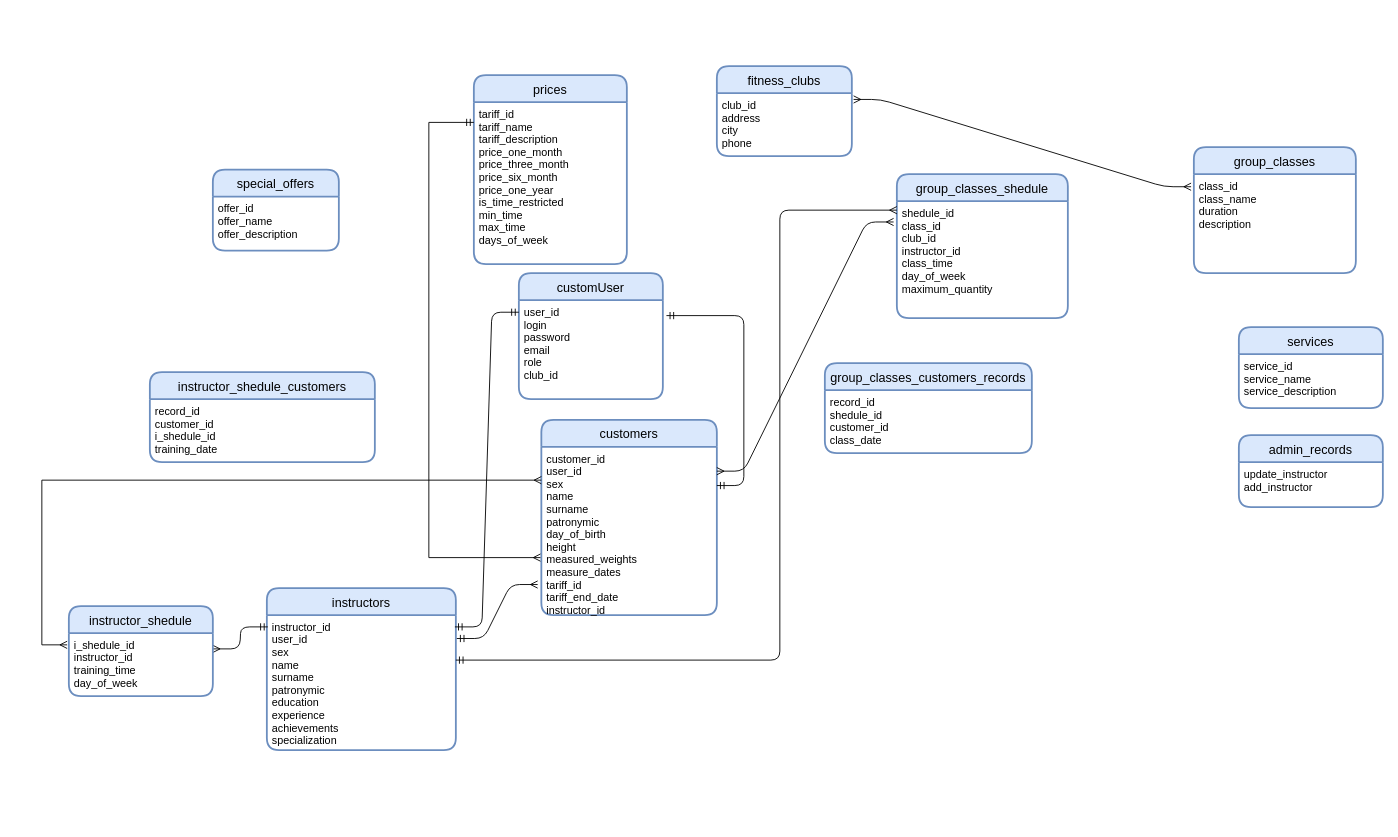
Earlier version of the draw.io diagram course_project_new.drawio (LyubaxaPro/database_course_project). Source tidied: cells renumbered, new cells numbered last; positions are measured from the earlier drawing's top-left corner, leaving out a move shared by most shapes. Both pictures are drawn from the tidied source at 90%, with x=0, y=0 at pixel (41, 66).
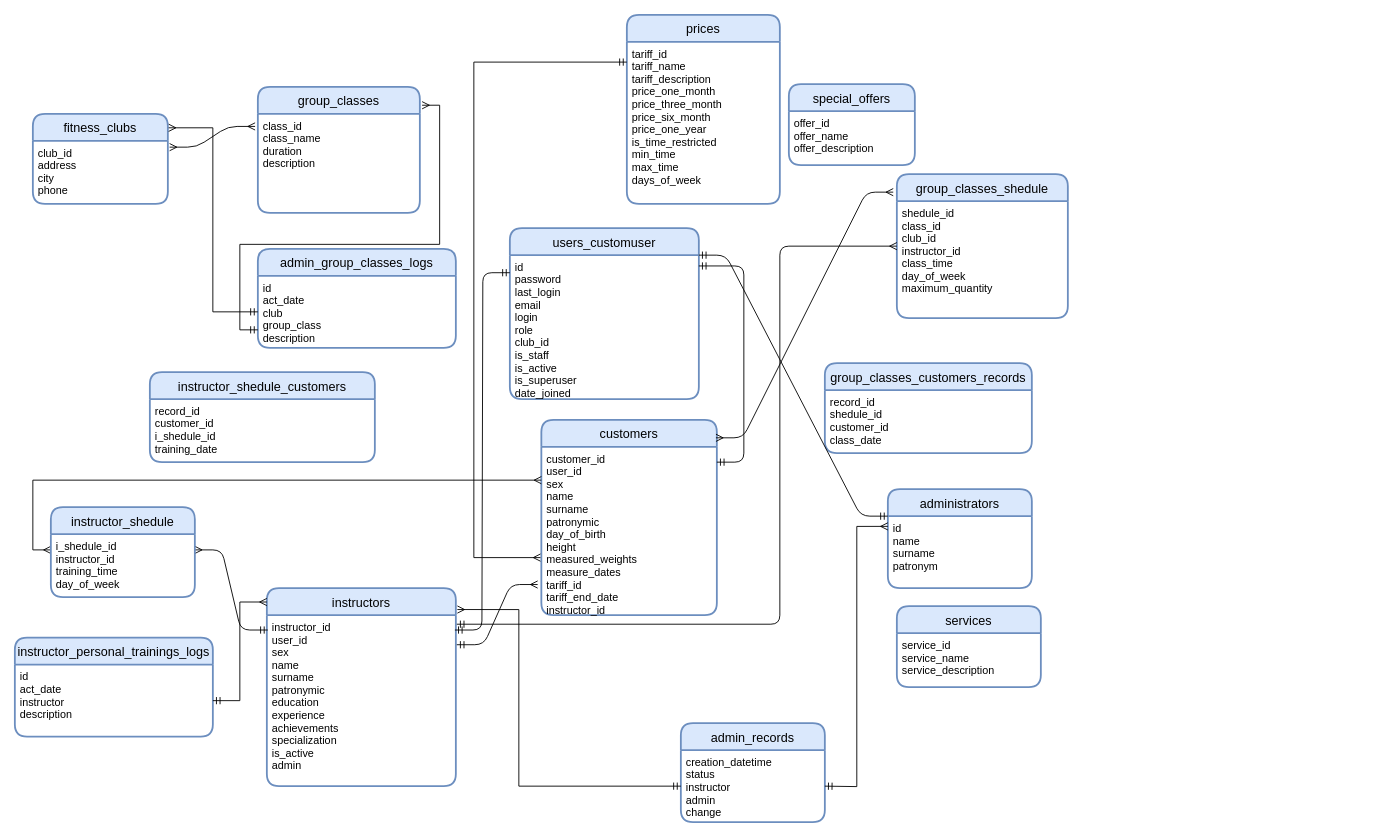
The same page after the edit.

Unchanged cells that the change refers to:
```xml
<mxCell id="2" value="customers" style="swimlane;horizontal=1;startSize=30;rounded=1;fontSize=14;fontStyle=0;strokeWidth=2;shadow=0;dashed=0;align=center;fillColor=#dae8fc;strokeColor=#6c8ebf;" parent="1" vertex="1">
  <mxGeometry x="555" y="393" width="195" height="217" as="geometry" />
</mxCell>
<mxCell id="3" value="customer_id&#10;user_id&#10;sex&#10;name&#10;surname&#10;patronymic&#10;day_of_birth&#10;height&#10;measured_weights&#10;measure_dates&#10;tariff_id&#10;tariff_end_date&#10;instructor_id&#10;&#10;" style="align=left;strokeColor=none;fillColor=none;spacingLeft=4;fontSize=12;verticalAlign=top;" parent="2" vertex="1">
  <mxGeometry y="30" width="195" height="187" as="geometry" />
</mxCell>
<mxCell id="19" value="group_classes_shedule" style="swimlane;horizontal=1;startSize=30;rounded=1;fontSize=14;fontStyle=0;strokeWidth=2;shadow=0;dashed=0;align=center;fillColor=#dae8fc;strokeColor=#6c8ebf;" parent="1" vertex="1">
  <mxGeometry x="950" y="120" width="190" height="160" as="geometry" />
</mxCell>
<mxCell id="20" value="shedule_id&#10;class_id&#10;club_id&#10;instructor_id&#10;class_time&#10;day_of_week&#10;maximum_quantity" style="align=left;strokeColor=none;fillColor=none;spacingLeft=4;fontSize=12;verticalAlign=top;" parent="19" vertex="1">
  <mxGeometry y="30" width="190" height="130" as="geometry" />
</mxCell>
<mxCell id="37" value="i_shedule_id&#10;instructor_id&#10;training_time&#10;day_of_week" style="align=left;strokeColor=none;fillColor=none;spacingLeft=4;fontSize=12;verticalAlign=top;" parent="36" vertex="1">
  <mxGeometry y="30" width="160" height="70" as="geometry" />
</mxCell>
```

Diff of the diagram source:
```diff
@@
-    <mxCell id="4" value="customUser" style="swimlane;horizontal=1;startSize=30;rounded=1;fontSize=14;fontStyle=0;strokeWidth=2;shadow=0;dashed=0;align=center;fillColor=#dae8fc;strokeColor=#6c8ebf;" parent="1" vertex="1">
-      <mxGeometry x="530" y="230" width="160" height="140" as="geometry" />
+    <mxCell id="4" value="users_customuser" style="swimlane;horizontal=1;startSize=30;rounded=1;fontSize=14;fontStyle=0;strokeWidth=2;shadow=0;dashed=0;align=center;fillColor=#dae8fc;strokeColor=#6c8ebf;" parent="1" vertex="1">
+      <mxGeometry x="520" y="180" width="210" height="190" as="geometry" />
     </mxCell>
-    <mxCell id="5" value="user_id&#10;login&#10;password&#10;email&#10;role&#10;club_id&#10;&#10;&#10;" style="align=left;strokeColor=none;fillColor=none;spacingLeft=4;fontSize=12;verticalAlign=top;" parent="4" vertex="1">
-      <mxGeometry y="30" width="160" height="110" as="geometry" />
+    <mxCell id="5" value="id&#10;password&#10;last_login&#10;email&#10;login&#10;role&#10;club_id&#10;is_staff&#10;is_active&#10;is_superuser&#10;date_joined&#10;&#10;&#10;" style="align=left;strokeColor=none;fillColor=none;spacingLeft=4;fontSize=12;verticalAlign=top;" parent="4" vertex="1">
+      <mxGeometry y="30" width="210" height="160" as="geometry" />
     </mxCell>
     <mxCell id="6" value="fitness_clubs" style="swimlane;horizontal=1;startSize=30;rounded=1;fontSize=14;fontStyle=0;strokeWidth=2;shadow=0;dashed=0;align=center;fillColor=#dae8fc;strokeColor=#6c8ebf;" parent="1" vertex="1">
-      <mxGeometry x="750" width="150" height="100" as="geometry" />
+      <mxGeometry x="-10" y="53" width="150" height="100" as="geometry" />
     </mxCell>
@@
     <mxCell id="8" value="prices" style="swimlane;horizontal=1;startSize=30;rounded=1;fontSize=14;fontStyle=0;strokeWidth=2;shadow=0;dashed=0;align=center;fillColor=#dae8fc;strokeColor=#6c8ebf;" parent="1" vertex="1">
-      <mxGeometry x="480" y="10" width="170" height="210" as="geometry" />
+      <mxGeometry x="650" y="-57" width="170" height="210" as="geometry" />
     </mxCell>
@@
     <mxCell id="10" value="special_offers" style="swimlane;horizontal=1;startSize=30;rounded=1;fontSize=14;fontStyle=0;strokeWidth=2;shadow=0;dashed=0;align=center;fillColor=#dae8fc;strokeColor=#6c8ebf;" parent="1" vertex="1">
-      <mxGeometry x="190" y="115" width="140" height="90" as="geometry" />
+      <mxGeometry x="830" y="20" width="140" height="90" as="geometry" />
     </mxCell>
@@
     <mxCell id="12" value="services" style="swimlane;horizontal=1;startSize=30;rounded=1;fontSize=14;fontStyle=0;strokeWidth=2;shadow=0;dashed=0;align=center;fillColor=#dae8fc;strokeColor=#6c8ebf;" parent="1" vertex="1">
-      <mxGeometry x="1330" y="290" width="160" height="90" as="geometry" />
+      <mxGeometry x="950" y="600" width="160" height="90" as="geometry" />
     </mxCell>
@@
     <mxCell id="14" value="instructors" style="swimlane;horizontal=1;startSize=30;rounded=1;fontSize=14;fontStyle=0;strokeWidth=2;shadow=0;dashed=0;align=center;fillColor=#dae8fc;strokeColor=#6c8ebf;" parent="1" vertex="1">
-      <mxGeometry x="250" y="580" width="210" height="180" as="geometry" />
+      <mxGeometry x="250" y="580" width="210" height="220" as="geometry" />
     </mxCell>
-    <mxCell id="15" value="instructor_id&#10;user_id&#10;sex&#10;name&#10;surname&#10;patronymic&#10;education&#10;experience&#10;achievements&#10;specialization" style="align=left;strokeColor=none;fillColor=none;spacingLeft=4;fontSize=12;verticalAlign=top;" parent="14" vertex="1">
-      <mxGeometry y="30" width="210" height="150" as="geometry" />
+    <mxCell id="15" value="instructor_id&#10;user_id&#10;sex&#10;name&#10;surname&#10;patronymic&#10;education&#10;experience&#10;achievements&#10;specialization&#10;is_active&#10;admin" style="align=left;strokeColor=none;fillColor=none;spacingLeft=4;fontSize=12;verticalAlign=top;" parent="14" vertex="1">
+      <mxGeometry y="30" width="210" height="190" as="geometry" />
     </mxCell>
     <mxCell id="16" value="group_classes" style="swimlane;horizontal=1;startSize=30;rounded=1;fontSize=14;fontStyle=0;strokeWidth=2;shadow=0;dashed=0;align=center;fillColor=#dae8fc;strokeColor=#6c8ebf;" parent="1" vertex="1">
-      <mxGeometry x="1280" y="90" width="180" height="140" as="geometry" />
+      <mxGeometry x="240" y="23" width="180" height="140" as="geometry" />
     </mxCell>
@@
-    <mxCell id="22" style="edgeStyle=entityRelationEdgeStyle;fontSize=12;html=1;endArrow=ERmandOne;startArrow=ERmandOne;entryX=1.025;entryY=0.156;entryDx=0;entryDy=0;entryPerimeter=0;" parent="1" edge="1" target="5">
+    <mxCell id="22" style="edgeStyle=entityRelationEdgeStyle;fontSize=12;html=1;endArrow=ERmandOne;startArrow=ERmandOne;entryX=1;entryY=0.075;entryDx=0;entryDy=0;entryPerimeter=0;" parent="1" edge="1" target="5">
       <mxGeometry relative="1" as="geometry">
-        <mxPoint x="750" y="466" as="sourcePoint" />
+        <mxPoint x="750" y="440" as="sourcePoint" />
       </mxGeometry>
     </mxCell>
-    <mxCell id="23" value="admin_records" style="swimlane;horizontal=1;startSize=30;rounded=1;fontSize=14;fontStyle=0;strokeWidth=2;shadow=0;dashed=0;align=center;fillColor=#dae8fc;strokeColor=#6c8ebf;" parent="1" vertex="1">
-      <mxGeometry x="1330" y="410" width="160" height="80" as="geometry" />
-    </mxCell>
-    <mxCell id="24" value="update_instructor&#10;add_instructor" style="align=left;strokeColor=none;fillColor=none;spacingLeft=4;fontSize=12;verticalAlign=top;" parent="23" vertex="1">
-      <mxGeometry y="30" width="160" height="50" as="geometry" />
-    </mxCell>
@@
-    <mxCell id="28" style="edgeStyle=orthogonalEdgeStyle;rounded=0;jettySize=auto;html=1;exitX=-0.012;exitY=0.163;exitDx=0;exitDy=0;startArrow=ERmany;startFill=0;endArrow=ERmany;endFill=0;exitPerimeter=0;" parent="1" edge="1" target="3">
+    <mxCell id="28" style="edgeStyle=orthogonalEdgeStyle;rounded=0;jettySize=auto;html=1;startArrow=ERmany;startFill=0;endArrow=ERmany;endFill=0;exitX=0;exitY=0.25;exitDx=0;exitDy=0;" parent="1" edge="1" source="37" target="2">
       <mxGeometry relative="1" as="geometry">
-        <mxPoint x="28.1" y="643" as="sourcePoint" />
         <Array as="points">
-          <mxPoint y="643" />
-          <mxPoint y="460" />
+          <mxPoint x="-10" y="538" />
+          <mxPoint x="-10" y="460" />
         </Array>
       </mxGeometry>
     </mxCell>
@@
-    <mxCell id="31" style="edgeStyle=entityRelationEdgeStyle;fontSize=12;html=1;endArrow=ERmany;startArrow=ERmany;entryX=-0.019;entryY=0.178;entryDx=0;entryDy=0;entryPerimeter=0;" parent="1" edge="1" target="20">
+    <mxCell id="31" style="edgeStyle=entityRelationEdgeStyle;fontSize=12;html=1;endArrow=ERmany;startArrow=ERmany;exitX=0.995;exitY=0.092;exitDx=0;exitDy=0;exitPerimeter=0;" parent="1" edge="1" source="2">
       <mxGeometry relative="1" as="geometry">
-        <mxPoint x="750" y="450" as="sourcePoint" />
+        <mxPoint x="946" y="140" as="targetPoint" />
       </mxGeometry>
     </mxCell>
@@
-    <mxCell id="33" style="edgeStyle=elbowEdgeStyle;fontSize=12;html=1;endArrow=ERmany;startArrow=ERmandOne;entryX=0;entryY=0.25;entryDx=0;entryDy=0;startFill=0;exitX=1;exitY=0.333;exitDx=0;exitDy=0;exitPerimeter=0;" parent="1" edge="1" source="15" target="19">
+    <mxCell id="33" style="edgeStyle=elbowEdgeStyle;fontSize=12;html=1;endArrow=ERmany;startArrow=ERmandOne;entryX=0;entryY=0.5;entryDx=0;entryDy=0;startFill=0;exitX=1.005;exitY=0.053;exitDx=0;exitDy=0;exitPerimeter=0;" parent="1" edge="1" source="15" target="19">
       <mxGeometry relative="1" as="geometry">
         <Array as="points">
           <mxPoint x="820" y="390" />
         </Array>
       </mxGeometry>
     </mxCell>
     <mxCell id="34" style="edgeStyle=elbowEdgeStyle;rounded=0;jettySize=auto;html=1;exitX=-0.005;exitY=0.658;exitDx=0;exitDy=0;entryX=0;entryY=0.25;entryDx=0;entryDy=0;startArrow=ERmany;startFill=0;endArrow=ERmandOne;endFill=0;elbow=vertical;jumpStyle=none;exitPerimeter=0;" parent="1" edge="1" source="3" target="8">
       <mxGeometry relative="1" as="geometry">
         <Array as="points">
+          <mxPoint x="480" y="250" />
           <mxPoint x="430" y="250" />
         </Array>
       </mxGeometry>
     </mxCell>
@@
     <mxCell id="36" value="instructor_shedule" style="swimlane;horizontal=1;startSize=30;rounded=1;fontSize=14;fontStyle=0;strokeWidth=2;shadow=0;dashed=0;align=center;fillColor=#dae8fc;strokeColor=#6c8ebf;" parent="1" vertex="1">
-      <mxGeometry x="30" y="600" width="160" height="100" as="geometry" />
+      <mxGeometry x="10" y="490" width="160" height="100" as="geometry" />
     </mxCell>
@@
+    <mxCell id="38" value="administrators" style="swimlane;horizontal=1;startSize=30;rounded=1;fontSize=14;fontStyle=0;strokeWidth=2;shadow=0;dashed=0;align=center;fillColor=#dae8fc;strokeColor=#6c8ebf;" parent="1" vertex="1">
+      <mxGeometry x="940" y="470" width="160" height="110" as="geometry" />
+    </mxCell>
+    <mxCell id="39" value="id&#10;name&#10;surname&#10;patronym&#10;&#10;&#10;" style="align=left;strokeColor=none;fillColor=none;spacingLeft=4;fontSize=12;verticalAlign=top;" parent="38" vertex="1">
+      <mxGeometry y="30" width="160" height="80" as="geometry" />
+    </mxCell>
+    <mxCell id="23" value="admin_records" style="swimlane;horizontal=1;startSize=30;rounded=1;fontSize=14;fontStyle=0;strokeWidth=2;shadow=0;dashed=0;align=center;fillColor=#dae8fc;strokeColor=#6c8ebf;" parent="1" vertex="1">
+      <mxGeometry x="710" y="730" width="160" height="110" as="geometry" />
+    </mxCell>
+    <mxCell id="40" value="creation_datetime&#10;status&#10;instructor&#10;admin&#10;change" style="align=left;strokeColor=none;fillColor=none;spacingLeft=4;fontSize=12;verticalAlign=top;" parent="23" vertex="1">
+      <mxGeometry y="30" width="160" height="80" as="geometry" />
+    </mxCell>
+    <mxCell id="41" style="edgeStyle=orthogonalEdgeStyle;rounded=0;jettySize=auto;html=1;entryX=0;entryY=0.142;entryDx=0;entryDy=0;entryPerimeter=0;endArrow=ERmany;endFill=0;startArrow=ERmandOne;startFill=0;" parent="1" edge="1" target="39">
+      <mxGeometry relative="1" as="geometry">
+        <mxPoint x="870" y="800" as="sourcePoint" />
+      </mxGeometry>
+    </mxCell>
+    <mxCell id="42" style="edgeStyle=orthogonalEdgeStyle;rounded=0;jettySize=auto;html=1;exitX=0;exitY=0.5;exitDx=0;exitDy=0;entryX=1.008;entryY=0.108;entryDx=0;entryDy=0;entryPerimeter=0;startArrow=ERmandOne;startFill=0;endArrow=ERmany;endFill=0;" parent="1" edge="1" source="40" target="14">
+      <mxGeometry relative="1" as="geometry">
+        <Array as="points">
+          <mxPoint x="530" y="800" />
+          <mxPoint x="530" y="604" />
+        </Array>
+      </mxGeometry>
+    </mxCell>
+    <mxCell id="43" value="instructor_personal_trainings_logs" style="swimlane;horizontal=1;startSize=30;rounded=1;fontSize=14;fontStyle=0;strokeWidth=2;shadow=0;dashed=0;align=center;fillColor=#dae8fc;strokeColor=#6c8ebf;" parent="1" vertex="1">
+      <mxGeometry x="-30" y="635" width="220" height="110" as="geometry" />
+    </mxCell>
+    <mxCell id="44" value="id&#10;act_date&#10;instructor&#10;description" style="align=left;strokeColor=none;fillColor=none;spacingLeft=4;fontSize=12;verticalAlign=top;" parent="43" vertex="1">
+      <mxGeometry y="30" width="220" height="80" as="geometry" />
+    </mxCell>
+    <mxCell id="45" style="edgeStyle=orthogonalEdgeStyle;rounded=0;jettySize=auto;html=1;exitX=1;exitY=0.5;exitDx=0;exitDy=0;entryX=0;entryY=0.07;entryDx=0;entryDy=0;entryPerimeter=0;startArrow=ERmandOne;startFill=0;endArrow=ERmany;endFill=0;" parent="1" edge="1" source="44" target="14">
+      <mxGeometry relative="1" as="geometry" />
+    </mxCell>
+    <mxCell id="46" value="admin_group_classes_logs" style="swimlane;horizontal=1;startSize=30;rounded=1;fontSize=14;fontStyle=0;strokeWidth=2;shadow=0;dashed=0;align=center;fillColor=#dae8fc;strokeColor=#6c8ebf;" parent="1" vertex="1">
+      <mxGeometry x="240" y="203" width="220" height="110" as="geometry" />
+    </mxCell>
+    <mxCell id="47" value="id&#10;act_date&#10;club&#10;group_class&#10;description" style="align=left;strokeColor=none;fillColor=none;spacingLeft=4;fontSize=12;verticalAlign=top;" parent="46" vertex="1">
+      <mxGeometry y="30" width="220" height="80" as="geometry" />
+    </mxCell>
+    <mxCell id="48" style="edgeStyle=orthogonalEdgeStyle;rounded=0;jettySize=auto;html=1;exitX=0;exitY=0.5;exitDx=0;exitDy=0;entryX=1.006;entryY=0.155;entryDx=0;entryDy=0;entryPerimeter=0;startArrow=ERmandOne;startFill=0;endArrow=ERmany;endFill=0;" parent="1" edge="1" source="47" target="6">
+      <mxGeometry relative="1" as="geometry" />
+    </mxCell>
+    <mxCell id="49" style="edgeStyle=orthogonalEdgeStyle;rounded=0;jettySize=auto;html=1;exitX=0;exitY=0.75;exitDx=0;exitDy=0;entryX=1.014;entryY=0.146;entryDx=0;entryDy=0;entryPerimeter=0;startArrow=ERmandOne;startFill=0;endArrow=ERmany;endFill=0;" parent="1" edge="1" source="47" target="16">
+      <mxGeometry relative="1" as="geometry">
+        <Array as="points">
+          <mxPoint x="220" y="293" />
+          <mxPoint x="220" y="198" />
+          <mxPoint x="442" y="198" />
+          <mxPoint x="442" y="43" />
+        </Array>
+      </mxGeometry>
+    </mxCell>
+    <mxCell id="50" style="edgeStyle=entityRelationEdgeStyle;fontSize=12;html=1;endArrow=ERmandOne;startArrow=ERmandOne;entryX=1;entryY=0;entryDx=0;entryDy=0;exitX=0;exitY=0;exitDx=0;exitDy=0;" parent="1" edge="1" source="39" target="5">
+      <mxGeometry relative="1" as="geometry" />
+    </mxCell>
```
